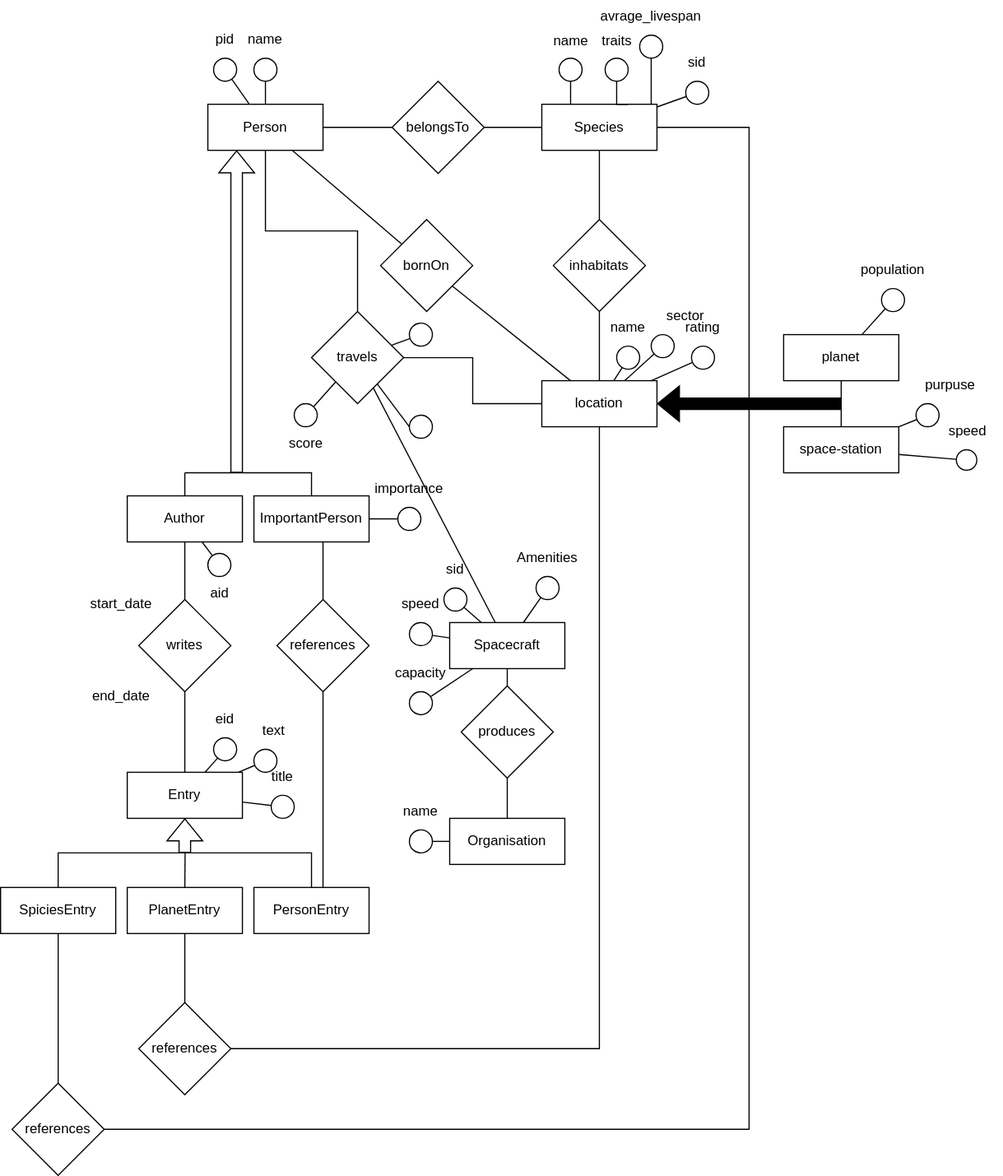
Above: er-diagramm.svg in MassimiIiano/hhgttg-db (draw.io), before the change. Source tidied: cells renumbered, new cells last; positions are measured from the earlier drawing's top-left corner, leaving out a move shared by most shapes.
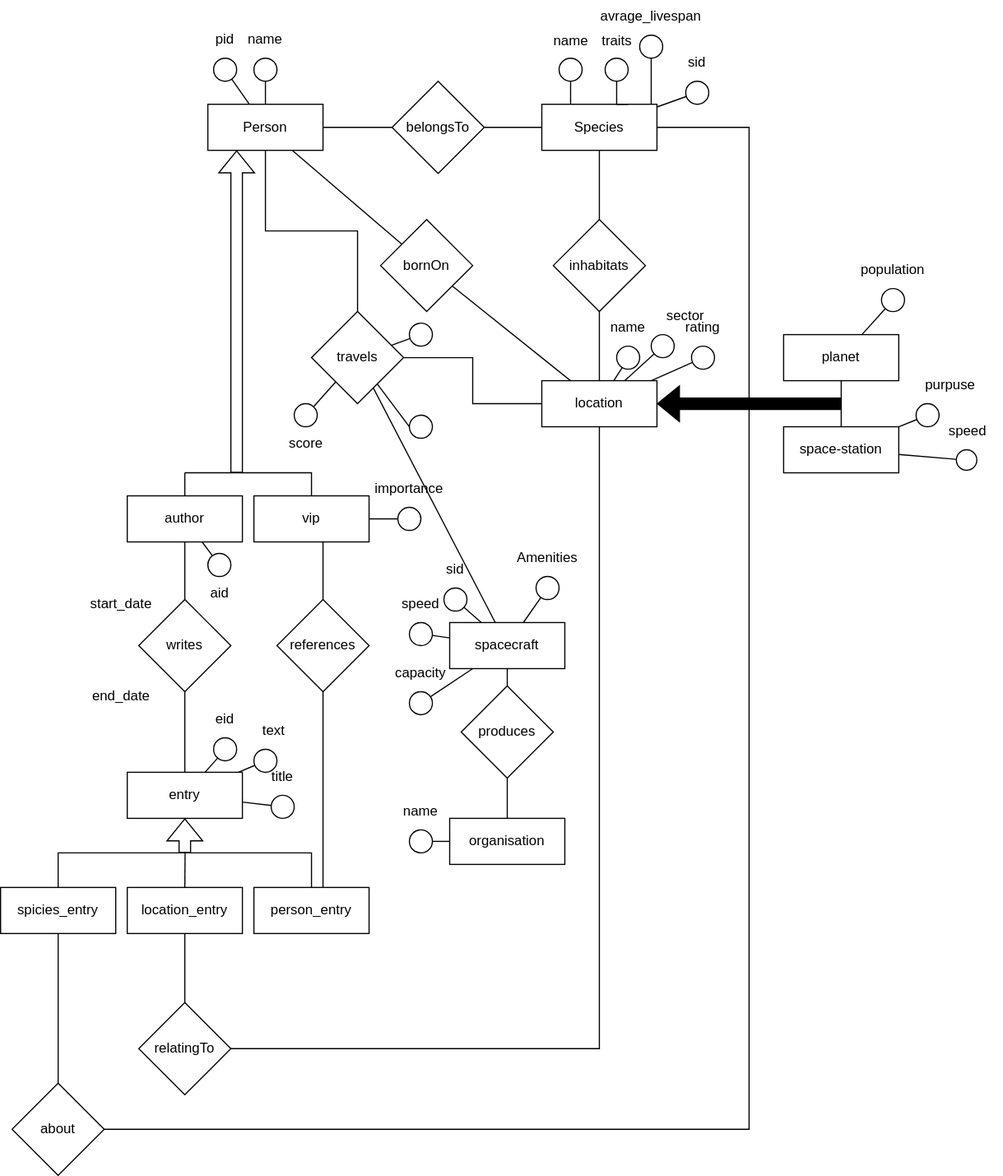
Later version of the same file.

Commit message:
replace withupdated diagramm (no duplicate relations)

Diff of the diagram source:
```diff
@@ -127,7 +127,7 @@
         <mxPoint x="160" y="410" as="targetPoint" />
       </mxGeometry>
     </mxCell>
-    <mxCell id="40" value="Author" style="whiteSpace=wrap;html=1;align=center;rounded=0;strokeColor=default;verticalAlign=middle;fontFamily=Helvetica;fontSize=12;fontColor=default;fillColor=default;" parent="1" vertex="1">
+    <mxCell id="40" value="author" style="whiteSpace=wrap;html=1;align=center;rounded=0;strokeColor=default;verticalAlign=middle;fontFamily=Helvetica;fontSize=12;fontColor=default;fillColor=default;" parent="1" vertex="1">
       <mxGeometry x="110" y="430" width="100" height="40" as="geometry" />
     </mxCell>
     <mxCell id="41" style="edgeStyle=none;rounded=0;jettySize=auto;html=1;strokeColor=default;align=center;verticalAlign=middle;fontFamily=Helvetica;fontSize=12;fontColor=default;labelBackgroundColor=default;endArrow=none;endFill=0;exitX=0.25;exitY=1;exitDx=0;exitDy=0;shape=flexArrow;startArrow=block;fillColor=none;" parent="1" edge="1" source="6">
@@ -143,7 +143,7 @@
         </Array>
       </mxGeometry>
     </mxCell>
-    <mxCell id="43" value="ImportantPerson" style="whiteSpace=wrap;html=1;align=center;rounded=0;strokeColor=default;verticalAlign=middle;fontFamily=Helvetica;fontSize=12;fontColor=default;fillColor=default;" parent="1" vertex="1">
+    <mxCell id="43" value="vip" style="whiteSpace=wrap;html=1;align=center;rounded=0;strokeColor=default;verticalAlign=middle;fontFamily=Helvetica;fontSize=12;fontColor=default;fillColor=default;" parent="1" vertex="1">
       <mxGeometry x="220" y="430" width="100" height="40" as="geometry" />
     </mxCell>
     <mxCell id="44" style="edgeStyle=none;rounded=0;jettySize=auto;html=1;strokeColor=default;align=center;verticalAlign=middle;fontFamily=Helvetica;fontSize=12;fontColor=default;labelBackgroundColor=default;endArrow=none;endFill=0;" parent="1" edge="1" source="46" target="48">
@@ -152,7 +152,7 @@
     <mxCell id="45" style="edgeStyle=none;rounded=0;jettySize=auto;html=1;strokeColor=default;align=center;verticalAlign=middle;fontFamily=Helvetica;fontSize=12;fontColor=default;labelBackgroundColor=default;endArrow=none;endFill=0;" parent="1" edge="1" source="46" target="70">
       <mxGeometry relative="1" as="geometry" />
     </mxCell>
-    <mxCell id="46" value="Organisation" style="whiteSpace=wrap;html=1;align=center;rounded=0;strokeColor=default;verticalAlign=middle;fontFamily=Helvetica;fontSize=12;fontColor=default;fillColor=default;" parent="1" vertex="1">
+    <mxCell id="46" value="organisation" style="whiteSpace=wrap;html=1;align=center;rounded=0;strokeColor=default;verticalAlign=middle;fontFamily=Helvetica;fontSize=12;fontColor=default;fillColor=default;" parent="1" vertex="1">
       <mxGeometry x="390" y="710" width="100" height="40" as="geometry" />
     </mxCell>
     <mxCell id="47" style="edgeStyle=none;rounded=0;jettySize=auto;html=1;strokeColor=default;align=center;verticalAlign=middle;fontFamily=Helvetica;fontSize=12;fontColor=default;labelBackgroundColor=default;endArrow=none;endFill=0;entryX=0.5;entryY=0;entryDx=0;entryDy=0;" parent="1" edge="1" source="48" target="50">
@@ -164,7 +164,7 @@
     <mxCell id="49" style="edgeStyle=none;rounded=0;jettySize=auto;html=1;strokeColor=default;align=center;verticalAlign=middle;fontFamily=Helvetica;fontSize=12;fontColor=default;labelBackgroundColor=default;endArrow=none;endFill=0;" parent="1" edge="1" source="50" target="52">
       <mxGeometry relative="1" as="geometry" />
     </mxCell>
-    <mxCell id="50" value="Spacecraft" style="whiteSpace=wrap;html=1;align=center;rounded=0;strokeColor=default;verticalAlign=middle;fontFamily=Helvetica;fontSize=12;fontColor=default;fillColor=default;" parent="1" vertex="1">
+    <mxCell id="50" value="spacecraft" style="whiteSpace=wrap;html=1;align=center;rounded=0;strokeColor=default;verticalAlign=middle;fontFamily=Helvetica;fontSize=12;fontColor=default;fillColor=default;" parent="1" vertex="1">
       <mxGeometry x="390" y="540" width="100" height="40" as="geometry" />
     </mxCell>
     <mxCell id="51" style="edgeStyle=orthogonalEdgeStyle;rounded=0;jettySize=auto;html=1;endArrow=none;endFill=0;" parent="1" edge="1" source="52" target="11">
@@ -217,7 +217,7 @@
         <mxPoint x="160" y="740" as="targetPoint" />
       </mxGeometry>
     </mxCell>
-    <mxCell id="67" value="Entry" style="whiteSpace=wrap;html=1;align=center;rounded=0;strokeColor=default;verticalAlign=middle;fontFamily=Helvetica;fontSize=12;fontColor=default;fillColor=default;" parent="1" vertex="1">
+    <mxCell id="67" value="entry" style="whiteSpace=wrap;html=1;align=center;rounded=0;strokeColor=default;verticalAlign=middle;fontFamily=Helvetica;fontSize=12;fontColor=default;fillColor=default;" parent="1" vertex="1">
       <mxGeometry x="110" y="670" width="100" height="40" as="geometry" />
     </mxCell>
     <mxCell id="68" style="edgeStyle=none;rounded=0;jettySize=auto;html=1;strokeColor=default;align=center;verticalAlign=middle;fontFamily=Helvetica;fontSize=12;fontColor=default;labelBackgroundColor=default;endArrow=none;endFill=0;" parent="1" edge="1" source="54" target="52">
@@ -232,7 +232,7 @@
     <mxCell id="71" style="edgeStyle=none;rounded=0;jettySize=auto;html=1;strokeColor=default;align=center;verticalAlign=middle;fontFamily=Helvetica;fontSize=12;fontColor=default;labelBackgroundColor=default;endArrow=none;endFill=0;" parent="1" edge="1" source="72" target="95">
       <mxGeometry relative="1" as="geometry" />
     </mxCell>
-    <mxCell id="72" value="SpiciesEntry" style="whiteSpace=wrap;html=1;align=center;rounded=0;strokeColor=default;verticalAlign=middle;fontFamily=Helvetica;fontSize=12;fontColor=default;fillColor=default;" parent="1" vertex="1">
+    <mxCell id="72" value="spicies_entry" style="whiteSpace=wrap;html=1;align=center;rounded=0;strokeColor=default;verticalAlign=middle;fontFamily=Helvetica;fontSize=12;fontColor=default;fillColor=default;" parent="1" vertex="1">
       <mxGeometry y="770" width="100" height="40" as="geometry" />
     </mxCell>
     <mxCell id="73" style="edgeStyle=none;rounded=0;jettySize=auto;html=1;exitX=0.5;exitY=0;exitDx=0;exitDy=0;strokeColor=default;align=center;verticalAlign=middle;fontFamily=Helvetica;fontSize=12;fontColor=default;labelBackgroundColor=default;endArrow=none;endFill=0;" parent="1" edge="1" source="75">
@@ -243,7 +243,7 @@
     <mxCell id="74" style="edgeStyle=none;rounded=0;jettySize=auto;html=1;strokeColor=default;align=center;verticalAlign=middle;fontFamily=Helvetica;fontSize=12;fontColor=default;labelBackgroundColor=default;endArrow=none;endFill=0;" parent="1" edge="1" source="75" target="93">
       <mxGeometry relative="1" as="geometry" />
     </mxCell>
-    <mxCell id="75" value="PlanetEntry" style="whiteSpace=wrap;html=1;align=center;rounded=0;strokeColor=default;verticalAlign=middle;fontFamily=Helvetica;fontSize=12;fontColor=default;fillColor=default;" parent="1" vertex="1">
+    <mxCell id="75" value="location_entry" style="whiteSpace=wrap;html=1;align=center;rounded=0;strokeColor=default;verticalAlign=middle;fontFamily=Helvetica;fontSize=12;fontColor=default;fillColor=default;" parent="1" vertex="1">
       <mxGeometry x="110" y="770" width="100" height="40" as="geometry" />
     </mxCell>
     <mxCell id="76" style="edgeStyle=none;rounded=0;jettySize=auto;html=1;strokeColor=default;align=center;verticalAlign=middle;fontFamily=Helvetica;fontSize=12;fontColor=default;labelBackgroundColor=default;endArrow=none;endFill=0;" parent="1" edge="1" target="91">
@@ -251,7 +251,7 @@
         <mxPoint x="280" y="770" as="sourcePoint" />
       </mxGeometry>
     </mxCell>
-    <mxCell id="77" value="PersonEntry" style="whiteSpace=wrap;html=1;align=center;rounded=0;strokeColor=default;verticalAlign=middle;fontFamily=Helvetica;fontSize=12;fontColor=default;fillColor=default;" parent="1" vertex="1">
+    <mxCell id="77" value="person_entry" style="whiteSpace=wrap;html=1;align=center;rounded=0;strokeColor=default;verticalAlign=middle;fontFamily=Helvetica;fontSize=12;fontColor=default;fillColor=default;" parent="1" vertex="1">
       <mxGeometry x="220" y="770" width="100" height="40" as="geometry" />
     </mxCell>
     <mxCell id="78" style="edgeStyle=none;rounded=0;jettySize=auto;html=1;exitX=0.5;exitY=0;exitDx=0;exitDy=0;entryX=0.5;entryY=0;entryDx=0;entryDy=0;strokeColor=default;align=center;verticalAlign=middle;fontFamily=Helvetica;fontSize=12;fontColor=default;labelBackgroundColor=default;endArrow=none;endFill=0;" parent="1" edge="1" source="72" target="77">
@@ -310,7 +310,7 @@
         </Array>
       </mxGeometry>
     </mxCell>
-    <mxCell id="93" value="references" style="rhombus;whiteSpace=wrap;html=1;rounded=0;" parent="1" vertex="1">
+    <mxCell id="93" value="relatingTo" style="rhombus;whiteSpace=wrap;html=1;rounded=0;" parent="1" vertex="1">
       <mxGeometry x="120" y="870" width="80" height="80" as="geometry" />
     </mxCell>
     <mxCell id="94" style="edgeStyle=none;rounded=0;jettySize=auto;html=1;strokeColor=default;align=center;verticalAlign=middle;fontFamily=Helvetica;fontSize=12;fontColor=default;labelBackgroundColor=default;endArrow=none;endFill=0;" parent="1" edge="1" source="95" target="8">
@@ -321,7 +321,7 @@
         </Array>
       </mxGeometry>
     </mxCell>
-    <mxCell id="95" value="references" style="rhombus;whiteSpace=wrap;html=1;rounded=0;" parent="1" vertex="1">
+    <mxCell id="95" value="about" style="rhombus;whiteSpace=wrap;html=1;rounded=0;" parent="1" vertex="1">
       <mxGeometry x="10" y="940" width="80" height="80" as="geometry" />
     </mxCell>
     <mxCell id="96" style="edgeStyle=none;rounded=0;jettySize=auto;html=1;strokeColor=default;align=center;verticalAlign=middle;fontFamily=Helvetica;fontSize=12;fontColor=default;labelBackgroundColor=default;endArrow=none;endFill=0;" parent="1" edge="1" source="97" target="40">
```
